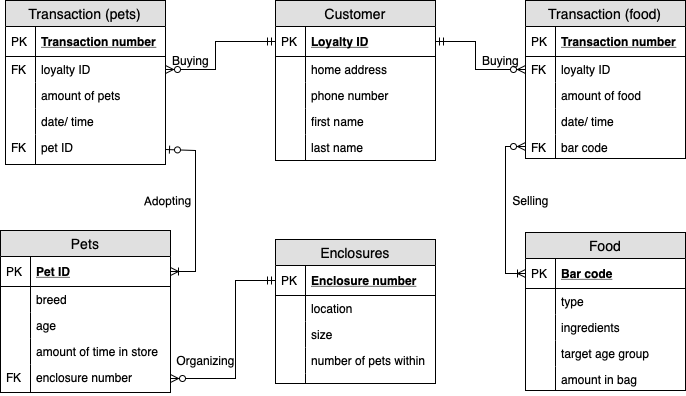
The draw.io diagram PetShop.png in hek5118/IST-210, before a commit. Source tidied: cells renumbered, new cells last; positions are measured from the earlier drawing's top-left corner, leaving out a move shared by most shapes.
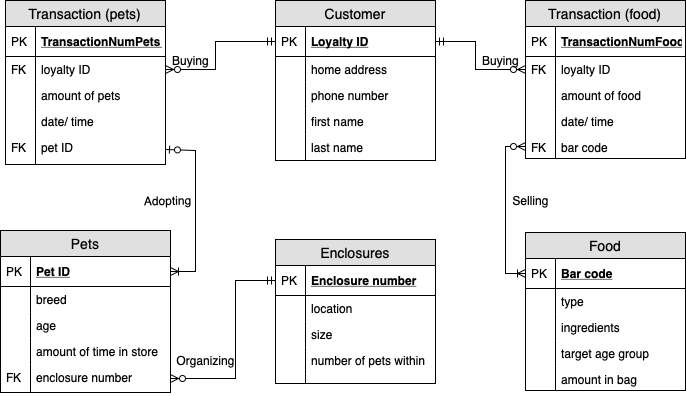
Above is the later version.

Change to the diagram source:
```diff
@@ -38,7 +38,7 @@
     <mxCell id="13" value="Transaction (pets)" style="swimlane;fontStyle=0;horizontal=1;startSize=26;fillColor=#e0e0e0;swimlaneFillColor=#ffffff;align=center;fontSize=14;" parent="1" vertex="1">
       <mxGeometry x="5" width="160" height="164" as="geometry" />
     </mxCell>
-    <mxCell id="14" value="Transaction number" style="shape=partialRectangle;top=0;left=0;right=0;bottom=1;align=left;verticalAlign=middle;fillColor=none;spacingLeft=34;spacingRight=4;overflow=hidden;fontStyle=5;fontSize=12;" parent="13" vertex="1">
+    <mxCell id="14" value="TransactionNumPets " style="shape=partialRectangle;top=0;left=0;right=0;bottom=1;align=left;verticalAlign=middle;fillColor=none;spacingLeft=34;spacingRight=4;overflow=hidden;fontStyle=5;fontSize=12;" parent="13" vertex="1">
       <mxGeometry y="26" width="160" height="30" as="geometry" />
     </mxCell>
     <mxCell id="15" value="PK" style="shape=partialRectangle;top=0;left=0;bottom=0;fillColor=none;align=left;verticalAlign=middle;spacingLeft=4;spacingRight=4;overflow=hidden;fontSize=12;" parent="14" vertex="1">
@@ -187,7 +187,7 @@
     <mxCell id="59" value="Transaction (food)" style="swimlane;fontStyle=0;horizontal=1;startSize=26;fillColor=#e0e0e0;swimlaneFillColor=#ffffff;align=center;fontSize=14;" parent="1" vertex="1">
       <mxGeometry x="525" width="160" height="158" as="geometry" />
     </mxCell>
-    <mxCell id="60" value="Transaction number" style="shape=partialRectangle;top=0;left=0;right=0;bottom=1;align=left;verticalAlign=middle;fillColor=none;spacingLeft=34;spacingRight=4;overflow=hidden;fontStyle=5;fontSize=12;" parent="59" vertex="1">
+    <mxCell id="60" value="TransactionNumFood" style="shape=partialRectangle;top=0;left=0;right=0;bottom=1;align=left;verticalAlign=middle;fillColor=none;spacingLeft=34;spacingRight=4;overflow=hidden;fontStyle=5;fontSize=12;" parent="59" vertex="1">
       <mxGeometry y="26" width="160" height="30" as="geometry" />
     </mxCell>
     <mxCell id="61" value="PK" style="shape=partialRectangle;top=0;left=0;bottom=0;fillColor=none;align=left;verticalAlign=middle;spacingLeft=4;spacingRight=4;overflow=hidden;fontSize=12;" parent="60" vertex="1">
```
